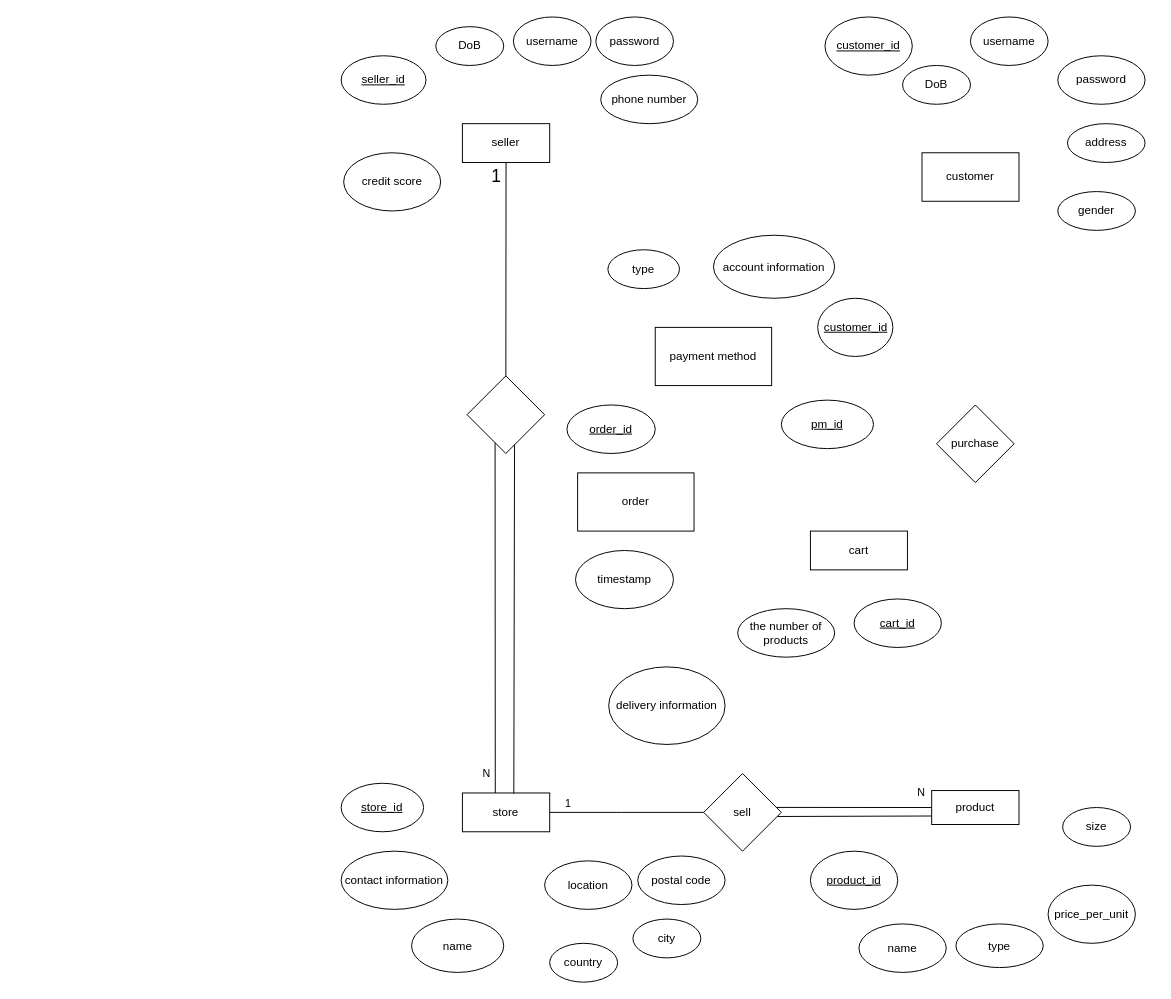
The draw.io diagram 9311-assignment-1.drawio in zhangnailiang/ER, before the edit. Source tidied: cells renumbered, new cells numbered last; positions are measured from the earlier drawing's top-left corner, leaving out a move shared by most shapes. Both pictures are drawn from the tidied source at 97%, with x=0, y=0 at pixel (340, 16).
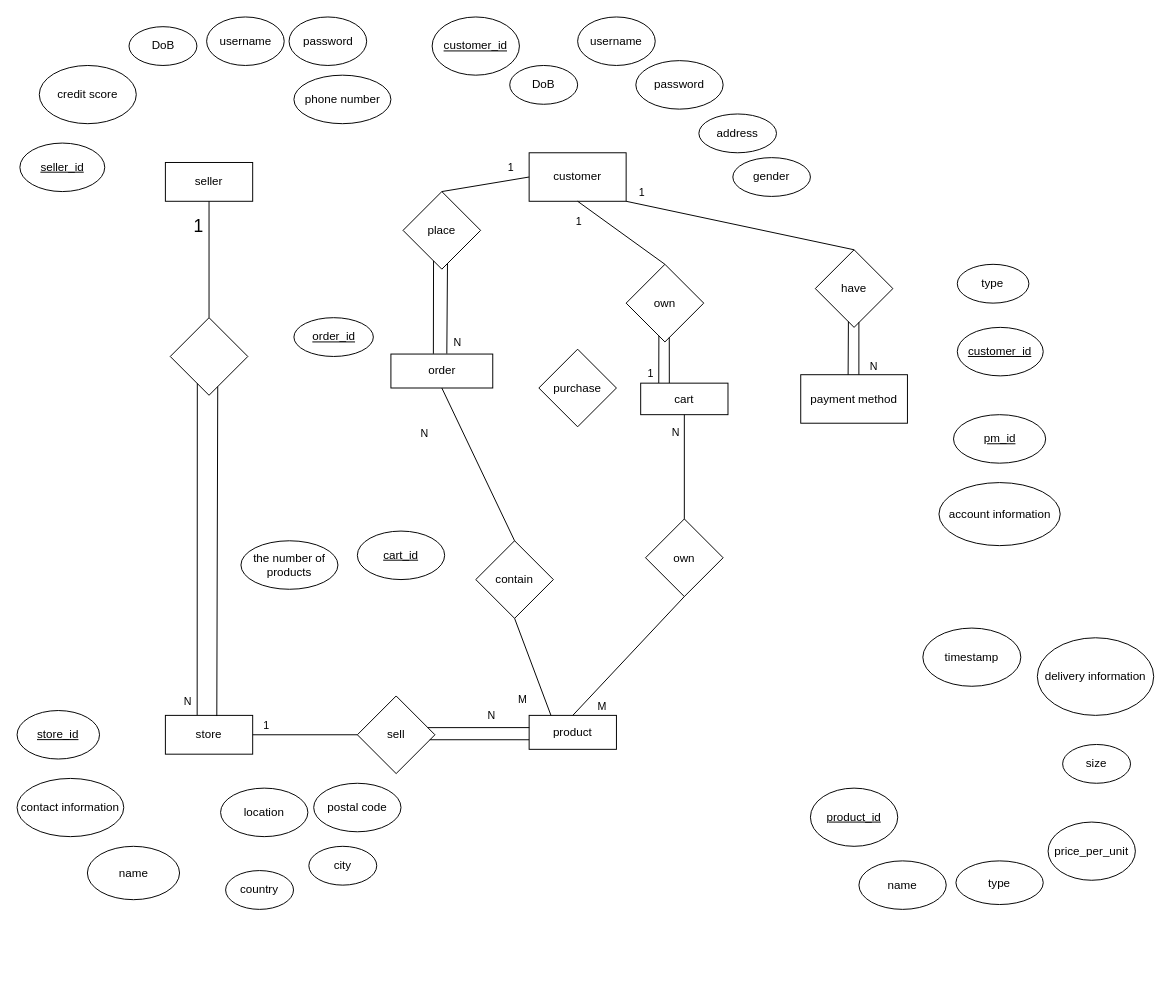
The same diagram, later.

Change to the diagram source:
```diff
@@
     <mxCell id="2" value="seller" style="rounded=0;whiteSpace=wrap;html=1;" parent="1" vertex="1">
-      <mxGeometry x="125.2" y="110" width="90" height="40" as="geometry" />
+      <mxGeometry x="-181" y="150" width="90" height="40" as="geometry" />
     </mxCell>
     <mxCell id="3" value="username" style="ellipse;whiteSpace=wrap;html=1;" parent="1" vertex="1">
-      <mxGeometry x="177.8" width="80" height="50" as="geometry" />
+      <mxGeometry x="-138.5" width="80" height="50" as="geometry" />
     </mxCell>
     <mxCell id="4" value="password" style="ellipse;whiteSpace=wrap;html=1;" parent="1" vertex="1">
-      <mxGeometry x="262.8" width="80" height="50" as="geometry" />
+      <mxGeometry x="-53.5" width="80" height="50" as="geometry" />
     </mxCell>
     <mxCell id="5" value="DoB" style="ellipse;whiteSpace=wrap;html=1;" parent="1" vertex="1">
-      <mxGeometry x="97.8" y="10" width="70" height="40" as="geometry" />
+      <mxGeometry x="-218.5" y="10" width="70" height="40" as="geometry" />
     </mxCell>
     <mxCell id="6" value="phone number" style="ellipse;whiteSpace=wrap;html=1;" parent="1" vertex="1">
-      <mxGeometry x="267.8" y="60" width="100" height="50" as="geometry" />
+      <mxGeometry x="-48.5" y="60" width="100" height="50" as="geometry" />
     </mxCell>
     <mxCell id="7" value="credit score" style="ellipse;whiteSpace=wrap;html=1;" parent="1" vertex="1">
-      <mxGeometry x="2.8" y="140" width="100" height="60" as="geometry" />
+      <mxGeometry x="-311" y="50" width="100" height="60" as="geometry" />
     </mxCell>
     <mxCell id="8" value="store" style="rounded=0;whiteSpace=wrap;html=1;" parent="1" vertex="1">
-      <mxGeometry x="125.2" y="800" width="90" height="40" as="geometry" />
+      <mxGeometry x="-181" y="720" width="90" height="40" as="geometry" />
     </mxCell>
     <mxCell id="9" value="&lt;u&gt;store_id&lt;/u&gt;" style="ellipse;whiteSpace=wrap;html=1;" parent="1" vertex="1">
-      <mxGeometry x="0.2" y="790" width="85" height="50" as="geometry" />
+      <mxGeometry x="-333.9" y="715" width="85" height="50" as="geometry" />
     </mxCell>
     <mxCell id="10" value="name" style="ellipse;whiteSpace=wrap;html=1;" parent="1" vertex="1">
-      <mxGeometry x="72.8" y="930" width="95" height="55" as="geometry" />
+      <mxGeometry x="-261.4" y="855" width="95" height="55" as="geometry" />
     </mxCell>
     <mxCell id="11" value="location" style="ellipse;whiteSpace=wrap;html=1;" parent="1" vertex="1">
-      <mxGeometry x="210" y="870" width="90" height="50" as="geometry" />
+      <mxGeometry x="-124.1" y="795" width="90" height="50" as="geometry" />
     </mxCell>
     <mxCell id="12" value="contact information" style="ellipse;whiteSpace=wrap;html=1;" parent="1" vertex="1">
-      <mxGeometry x="0.2" y="860" width="110" height="60" as="geometry" />
+      <mxGeometry x="-333.9" y="785" width="110" height="60" as="geometry" />
     </mxCell>
     <mxCell id="13" value="&lt;u&gt;seller_id&lt;/u&gt;" style="ellipse;whiteSpace=wrap;html=1;" parent="1" vertex="1">
-      <mxGeometry x="0.2" y="40" width="87.5" height="50" as="geometry" />
+      <mxGeometry x="-331" y="130" width="87.5" height="50" as="geometry" />
     </mxCell>
     <mxCell id="14" value="country" style="ellipse;whiteSpace=wrap;html=1;" parent="1" vertex="1">
-      <mxGeometry x="215.2" y="955" width="70" height="40" as="geometry" />
+      <mxGeometry x="-118.9" y="880" width="70" height="40" as="geometry" />
     </mxCell>
     <mxCell id="15" value="city" style="ellipse;whiteSpace=wrap;html=1;" parent="1" vertex="1">
-      <mxGeometry x="301" y="930" width="70" height="40" as="geometry" />
+      <mxGeometry x="-33.1" y="855" width="70" height="40" as="geometry" />
     </mxCell>
     <mxCell id="16" value="postal code" style="ellipse;whiteSpace=wrap;html=1;" parent="1" vertex="1">
-      <mxGeometry x="306" y="865" width="90" height="50" as="geometry" />
+      <mxGeometry x="-28.1" y="790" width="90" height="50" as="geometry" />
     </mxCell>
     <mxCell id="17" value="customer" style="rounded=0;whiteSpace=wrap;html=1;" parent="1" vertex="1">
-      <mxGeometry x="599" y="140" width="100" height="50" as="geometry" />
+      <mxGeometry x="194" y="140" width="100" height="50" as="geometry" />
     </mxCell>
     <mxCell id="18" value="&lt;u&gt;customer_id&lt;/u&gt;" style="ellipse;whiteSpace=wrap;html=1;" parent="1" vertex="1">
-      <mxGeometry x="499" width="90" height="60" as="geometry" />
+      <mxGeometry x="94" width="90" height="60" as="geometry" />
     </mxCell>
     <mxCell id="19" value="username" style="ellipse;whiteSpace=wrap;html=1;" parent="1" vertex="1">
-      <mxGeometry x="649" width="80" height="50" as="geometry" />
+      <mxGeometry x="244" width="80" height="50" as="geometry" />
     </mxCell>
     <mxCell id="20" value="password" style="ellipse;whiteSpace=wrap;html=1;" parent="1" vertex="1">
-      <mxGeometry x="739" y="40" width="90" height="50" as="geometry" />
+      <mxGeometry x="304" y="45" width="90" height="50" as="geometry" />
     </mxCell>
     <mxCell id="21" value="DoB" style="ellipse;whiteSpace=wrap;html=1;" parent="1" vertex="1">
-      <mxGeometry x="579" y="50" width="70" height="40" as="geometry" />
+      <mxGeometry x="174" y="50" width="70" height="40" as="geometry" />
     </mxCell>
     <mxCell id="22" value="gender" style="ellipse;whiteSpace=wrap;html=1;" parent="1" vertex="1">
-      <mxGeometry x="739" y="180" width="80" height="40" as="geometry" />
+      <mxGeometry x="404" y="145" width="80" height="40" as="geometry" />
     </mxCell>
     <mxCell id="23" value="address" style="ellipse;whiteSpace=wrap;html=1;" parent="1" vertex="1">
-      <mxGeometry x="749" y="110" width="80" height="40" as="geometry" />
+      <mxGeometry x="369" y="100" width="80" height="40" as="geometry" />
     </mxCell>
     <mxCell id="24" value="product" style="rounded=0;whiteSpace=wrap;html=1;" parent="1" vertex="1">
-      <mxGeometry x="609" y="797.5" width="90" height="35" as="geometry" />
+      <mxGeometry x="194" y="720" width="90" height="35" as="geometry" />
     </mxCell>
     <mxCell id="25" value="&lt;u&gt;product_id&lt;/u&gt;" style="ellipse;whiteSpace=wrap;html=1;" parent="1" vertex="1">
-      <mxGeometry x="484" y="860" width="90" height="60" as="geometry" />
+      <mxGeometry x="484" y="795" width="90" height="60" as="geometry" />
     </mxCell>
     <mxCell id="26" value="name" style="ellipse;whiteSpace=wrap;html=1;" parent="1" vertex="1">
-      <mxGeometry x="534" y="935" width="90" height="50" as="geometry" />
+      <mxGeometry x="534" y="870" width="90" height="50" as="geometry" />
     </mxCell>
     <mxCell id="27" value="type" style="ellipse;whiteSpace=wrap;html=1;" parent="1" vertex="1">
-      <mxGeometry x="634" y="935" width="90" height="45" as="geometry" />
+      <mxGeometry x="634" y="870" width="90" height="45" as="geometry" />
     </mxCell>
     <mxCell id="28" value="size" style="ellipse;whiteSpace=wrap;html=1;" parent="1" vertex="1">
-      <mxGeometry x="744" y="815" width="70" height="40" as="geometry" />
+      <mxGeometry x="744" y="750" width="70" height="40" as="geometry" />
     </mxCell>
     <mxCell id="29" value="price_per_unit" style="ellipse;whiteSpace=wrap;html=1;" parent="1" vertex="1">
-      <mxGeometry x="729" y="895" width="90" height="60" as="geometry" />
+      <mxGeometry x="729" y="830" width="90" height="60" as="geometry" />
     </mxCell>
-    <mxCell id="30" value="payment method" style="rounded=0;whiteSpace=wrap;html=1;" parent="1" vertex="1">
-      <mxGeometry x="324" y="320" width="120" height="60" as="geometry" />
-    </mxCell>
-    <mxCell id="31" value="cart" style="rounded=0;whiteSpace=wrap;html=1;" parent="1" vertex="1">
-      <mxGeometry x="484" y="530" width="100" height="40" as="geometry" />
-    </mxCell>
     <mxCell id="32" value="order" style="rounded=0;whiteSpace=wrap;html=1;" parent="1" vertex="1">
-      <mxGeometry x="244" y="470" width="120" height="60" as="geometry" />
+      <mxGeometry x="51.5" y="347.5" width="105" height="35" as="geometry" />
     </mxCell>
-    <mxCell id="33" value="&lt;u&gt;order_id&lt;/u&gt;" style="ellipse;whiteSpace=wrap;html=1;" parent="1" vertex="1">
-      <mxGeometry x="233" y="400" width="91" height="50" as="geometry" />
-    </mxCell>
-    <mxCell id="34" value="timestamp" style="ellipse;whiteSpace=wrap;html=1;" parent="1" vertex="1">
-      <mxGeometry x="241.8" y="550" width="101" height="60" as="geometry" />
-    </mxCell>
-    <mxCell id="35" value="delivery information" style="ellipse;whiteSpace=wrap;html=1;" parent="1" vertex="1">
-      <mxGeometry x="276" y="670" width="120" height="80" as="geometry" />
-    </mxCell>
     <mxCell id="36" value="&lt;u&gt;cart_id&lt;/u&gt;" style="ellipse;whiteSpace=wrap;html=1;" parent="1" vertex="1">
-      <mxGeometry x="529" y="600" width="90" height="50" as="geometry" />
+      <mxGeometry x="16.9" y="530" width="90" height="50" as="geometry" />
     </mxCell>
     <mxCell id="37" value="the number of products" style="ellipse;whiteSpace=wrap;html=1;" parent="1" vertex="1">
-      <mxGeometry x="409" y="610" width="100" height="50" as="geometry" />
+      <mxGeometry x="-103.1" y="540" width="100" height="50" as="geometry" />
     </mxCell>
-    <mxCell id="38" value="&lt;u&gt;customer_id&lt;/u&gt;" style="ellipse;whiteSpace=wrap;html=1;" parent="1" vertex="1">
-      <mxGeometry x="491.5" y="290" width="77.5" height="60" as="geometry" />
-    </mxCell>
-    <mxCell id="39" value="&lt;u&gt;pm_id&lt;/u&gt;" style="ellipse;whiteSpace=wrap;html=1;" parent="1" vertex="1">
-      <mxGeometry x="454" y="395" width="95" height="50" as="geometry" />
-    </mxCell>
-    <mxCell id="40" value="type" style="ellipse;whiteSpace=wrap;html=1;" parent="1" vertex="1">
-      <mxGeometry x="275.2" y="240" width="73.8" height="40" as="geometry" />
-    </mxCell>
-    <mxCell id="41" value="account information" style="ellipse;whiteSpace=wrap;html=1;" parent="1" vertex="1">
-      <mxGeometry x="384" y="225" width="125" height="65" as="geometry" />
-    </mxCell>
     <mxCell id="42" style="endArrow=none;html=1;rounded=0;entryX=0.5;entryY=1;entryDx=0;entryDy=0;" parent="1" edge="1" target="2">
       <mxGeometry relative="1" as="geometry">
-        <mxPoint x="170" y="370" as="sourcePoint" />
+        <mxPoint x="-136" y="310" as="sourcePoint" />
       </mxGeometry>
     </mxCell>
     <mxCell id="43" value="&lt;font style=&quot;font-size: 18px;&quot;&gt;1&lt;/font&gt;" style="edgeLabel;html=1;align=center;verticalAlign=middle;" parent="42" vertex="1">
       <mxGeometry x="0.59" relative="1" as="geometry">
-        <mxPoint x="-11" y="-31" as="offset" />
+        <mxPoint x="-12" as="offset" />
       </mxGeometry>
     </mxCell>
     <mxCell id="44" style="rhombus;whiteSpace=wrap;html=1;" parent="1" vertex="1">
-      <mxGeometry x="130" y="370" width="80" height="80" as="geometry" />
+      <mxGeometry x="-176" y="310" width="80" height="80" as="geometry" />
     </mxCell>
-    <mxCell id="45" style="endArrow=none;html=1;rounded=0;entryX=0.361;entryY=0.86;entryDx=0;entryDy=0;exitX=0.376;exitY=-0.003;exitDx=0;exitDy=0;entryPerimeter=0;exitPerimeter=0;" parent="1" edge="1">
-      <mxGeometry relative="1" as="geometry">
-        <mxPoint x="159.1" y="800" as="sourcePoint" />
-        <mxPoint x="158.9" y="438.9" as="targetPoint" />
-      </mxGeometry>
+    <mxCell id="45" style="endArrow=none;html=1;rounded=0;exitX=0.364;exitY=-0.009;exitDx=0;exitDy=0;exitPerimeter=0;entryX=0.349;entryY=0.847;entryDx=0;entryDy=0;entryPerimeter=0;" parent="1" edge="1" source="8" target="44">
+      <mxGeometry relative="1" as="geometry" />
     </mxCell>
@@
     <mxCell id="48" value="sell" style="rhombus;whiteSpace=wrap;html=1;" parent="1" vertex="1">
-      <mxGeometry x="374" y="780" width="80" height="80" as="geometry" />
+      <mxGeometry x="16.9" y="700" width="80" height="80" as="geometry" />
     </mxCell>
     <mxCell id="49" style="endArrow=none;html=1;rounded=0;entryX=0;entryY=0.5;entryDx=0;entryDy=0;exitX=1;exitY=0.5;exitDx=0;exitDy=0;" parent="1" edge="1" source="8" target="48">
-      <mxGeometry relative="1" as="geometry">
-        <Array as="points">
-          <mxPoint x="289" y="820" />
-        </Array>
-      </mxGeometry>
+      <mxGeometry relative="1" as="geometry" />
     </mxCell>
@@
-    <mxCell id="51" style="endArrow=none;html=1;rounded=0;entryX=0;entryY=0.5;entryDx=0;entryDy=0;exitX=0.94;exitY=0.436;exitDx=0;exitDy=0;exitPerimeter=0;" parent="1" edge="1" source="48" target="24">
-      <mxGeometry relative="1" as="geometry" />
-    </mxCell>
-    <mxCell id="52" value="N" style="edgeLabel;html=1;align=center;verticalAlign=middle;" parent="51" vertex="1">
-      <mxGeometry x="0.86" y="2" relative="1" as="geometry">
-        <mxPoint x="-1" y="-13" as="offset" />
-      </mxGeometry>
-    </mxCell>
-    <mxCell id="53" style="endArrow=none;html=1;rounded=0;entryX=0;entryY=0.75;entryDx=0;entryDy=0;exitX=0.947;exitY=0.553;exitDx=0;exitDy=0;exitPerimeter=0;" parent="1" edge="1" source="48" target="24">
-      <mxGeometry relative="1" as="geometry" />
-    </mxCell>
     <mxCell id="54" value="purchase" style="rhombus;whiteSpace=wrap;html=1;" parent="1" vertex="1">
-      <mxGeometry x="614" y="400" width="80" height="80" as="geometry" />
+      <mxGeometry x="204" y="342.5" width="80" height="80" as="geometry" />
     </mxCell>
+    <mxCell id="55" value="place" style="rhombus;whiteSpace=wrap;html=1;" parent="1" vertex="1">
+      <mxGeometry x="64" y="180" width="80" height="80" as="geometry" />
+    </mxCell>
+    <mxCell id="56" style="endArrow=none;html=1;rounded=0;entryX=0;entryY=0.5;entryDx=0;entryDy=0;exitX=0.5;exitY=0;exitDx=0;exitDy=0;" parent="1" edge="1" source="55" target="17">
+      <mxGeometry relative="1" as="geometry" />
+    </mxCell>
+    <mxCell id="57" value="1" style="edgeLabel;html=1;align=center;verticalAlign=middle;" parent="56" vertex="1">
+      <mxGeometry x="0.76" y="-1" relative="1" as="geometry">
+        <mxPoint x="-9" y="-13" as="offset" />
+      </mxGeometry>
+    </mxCell>
+    <mxCell id="58" style="endArrow=none;html=1;rounded=0;entryX=0.393;entryY=0.893;entryDx=0;entryDy=0;entryPerimeter=0;exitX=0.417;exitY=-0.008;exitDx=0;exitDy=0;exitPerimeter=0;" parent="1" edge="1" source="32" target="55">
+      <mxGeometry relative="1" as="geometry" />
+    </mxCell>
+    <mxCell id="59" style="endArrow=none;html=1;rounded=0;entryX=0.573;entryY=0.922;entryDx=0;entryDy=0;entryPerimeter=0;exitX=0.549;exitY=-0.013;exitDx=0;exitDy=0;exitPerimeter=0;" parent="1" edge="1" source="32" target="55">
+      <mxGeometry relative="1" as="geometry" />
+    </mxCell>
+    <mxCell id="60" value="N" style="edgeLabel;html=1;align=center;verticalAlign=middle;" parent="59" vertex="1">
+      <mxGeometry x="-0.35" y="-1" relative="1" as="geometry">
+        <mxPoint x="9" y="18" as="offset" />
+      </mxGeometry>
+    </mxCell>
+    <mxCell id="61" value="contain" style="rhombus;whiteSpace=wrap;html=1;" parent="1" vertex="1">
+      <mxGeometry x="139" y="540" width="80" height="80" as="geometry" />
+    </mxCell>
+    <mxCell id="62" style="endArrow=none;html=1;rounded=0;entryX=0.5;entryY=1;entryDx=0;entryDy=0;exitX=0.5;exitY=0;exitDx=0;exitDy=0;" parent="1" edge="1" source="61" target="32">
+      <mxGeometry relative="1" as="geometry" />
+    </mxCell>
+    <mxCell id="63" value="N" style="edgeLabel;html=1;align=center;verticalAlign=middle;" parent="62" vertex="1">
+      <mxGeometry x="-0.22" relative="1" as="geometry">
+        <mxPoint x="-64" y="-49" as="offset" />
+      </mxGeometry>
+    </mxCell>
+    <mxCell id="64" style="endArrow=none;html=1;rounded=0;exitX=0.25;exitY=0;exitDx=0;exitDy=0;entryX=0.5;entryY=1;entryDx=0;entryDy=0;" parent="1" edge="1" source="24" target="61">
+      <mxGeometry relative="1" as="geometry" />
+    </mxCell>
+    <mxCell id="65" value="M" style="edgeLabel;html=1;align=center;verticalAlign=middle;" parent="64" vertex="1">
+      <mxGeometry x="-0.18" y="1" relative="1" as="geometry">
+        <mxPoint x="-14" y="24" as="offset" />
+      </mxGeometry>
+    </mxCell>
+    <mxCell id="66" style="endArrow=none;html=1;rounded=0;entryX=0.002;entryY=0.36;entryDx=0;entryDy=0;entryPerimeter=0;exitX=0.907;exitY=0.408;exitDx=0;exitDy=0;exitPerimeter=0;" parent="1" edge="1" source="48" target="24">
+      <mxGeometry relative="1" as="geometry" />
+    </mxCell>
+    <mxCell id="67" value="N" style="edgeLabel;html=1;align=center;verticalAlign=middle;" parent="66" vertex="1">
+      <mxGeometry x="0.25" y="-1" relative="1" as="geometry">
+        <mxPoint y="-14" as="offset" />
+      </mxGeometry>
+    </mxCell>
+    <mxCell id="68" style="endArrow=none;html=1;rounded=0;exitX=0.933;exitY=0.564;exitDx=0;exitDy=0;exitPerimeter=0;entryX=0;entryY=0.718;entryDx=0;entryDy=0;entryPerimeter=0;" parent="1" edge="1" source="48" target="24">
+      <mxGeometry relative="1" as="geometry" />
+    </mxCell>
+    <mxCell id="30" value="payment method" style="rounded=0;whiteSpace=wrap;html=1;" parent="1" vertex="1">
+      <mxGeometry x="474" y="368.8" width="110" height="50" as="geometry" />
+    </mxCell>
+    <mxCell id="31" value="cart" style="rounded=0;whiteSpace=wrap;html=1;" parent="1" vertex="1">
+      <mxGeometry x="309" y="377.5" width="90" height="32.5" as="geometry" />
+    </mxCell>
+    <mxCell id="33" value="&lt;u&gt;order_id&lt;/u&gt;" style="ellipse;whiteSpace=wrap;html=1;" parent="1" vertex="1">
+      <mxGeometry x="-48.5" y="310" width="81.9" height="40" as="geometry" />
+    </mxCell>
+    <mxCell id="34" value="timestamp" style="ellipse;whiteSpace=wrap;html=1;" parent="1" vertex="1">
+      <mxGeometry x="599.9" y="630" width="101" height="60" as="geometry" />
+    </mxCell>
+    <mxCell id="35" value="delivery information" style="ellipse;whiteSpace=wrap;html=1;" parent="1" vertex="1">
+      <mxGeometry x="717.9" y="640" width="120" height="80" as="geometry" />
+    </mxCell>
+    <mxCell id="38" value="&lt;u&gt;customer_id&lt;/u&gt;" style="ellipse;whiteSpace=wrap;html=1;" parent="1" vertex="1">
+      <mxGeometry x="635.4" y="320" width="88.6" height="50" as="geometry" />
+    </mxCell>
+    <mxCell id="39" value="&lt;u&gt;pm_id&lt;/u&gt;" style="ellipse;whiteSpace=wrap;html=1;" parent="1" vertex="1">
+      <mxGeometry x="631.5" y="410" width="95" height="50" as="geometry" />
+    </mxCell>
+    <mxCell id="40" value="type" style="ellipse;whiteSpace=wrap;html=1;" parent="1" vertex="1">
+      <mxGeometry x="635.4" y="255" width="73.8" height="40" as="geometry" />
+    </mxCell>
+    <mxCell id="41" value="account information" style="ellipse;whiteSpace=wrap;html=1;" parent="1" vertex="1">
+      <mxGeometry x="616.5" y="480" width="125" height="65" as="geometry" />
+    </mxCell>
+    <mxCell id="69" value="own" style="rhombus;whiteSpace=wrap;html=1;" parent="1" vertex="1">
+      <mxGeometry x="294" y="255" width="80" height="80" as="geometry" />
+    </mxCell>
+    <mxCell id="70" style="endArrow=none;html=1;rounded=0;entryX=0.5;entryY=1;entryDx=0;entryDy=0;exitX=0.5;exitY=0;exitDx=0;exitDy=0;" parent="1" edge="1" source="69" target="17">
+      <mxGeometry relative="1" as="geometry" />
+    </mxCell>
+    <mxCell id="71" value="1&lt;br&gt;" style="edgeLabel;html=1;align=center;verticalAlign=middle;" parent="70" vertex="1">
+      <mxGeometry x="0.36" relative="1" as="geometry">
+        <mxPoint x="-29" y="-1" as="offset" />
+      </mxGeometry>
+    </mxCell>
+    <mxCell id="72" style="endArrow=none;html=1;rounded=0;entryX=0.422;entryY=0.922;entryDx=0;entryDy=0;entryPerimeter=0;exitX=0.207;exitY=-0.004;exitDx=0;exitDy=0;exitPerimeter=0;" parent="1" edge="1" source="31" target="69">
+      <mxGeometry relative="1" as="geometry" />
+    </mxCell>
+    <mxCell id="73" value="1&lt;br&gt;" style="edgeLabel;html=1;align=center;verticalAlign=middle;" parent="72" vertex="1">
+      <mxGeometry x="-0.46" y="1" relative="1" as="geometry">
+        <mxPoint x="-8" y="3" as="offset" />
+      </mxGeometry>
+    </mxCell>
+    <mxCell id="74" style="endArrow=none;html=1;rounded=0;entryX=0.556;entryY=0.942;entryDx=0;entryDy=0;entryPerimeter=0;exitX=0.328;exitY=-0.004;exitDx=0;exitDy=0;exitPerimeter=0;" parent="1" edge="1" source="31" target="69">
+      <mxGeometry relative="1" as="geometry" />
+    </mxCell>
+    <mxCell id="75" value="own" style="rhombus;whiteSpace=wrap;html=1;" parent="1" vertex="1">
+      <mxGeometry x="314" y="517.5" width="80" height="80" as="geometry" />
+    </mxCell>
+    <mxCell id="76" style="endArrow=none;html=1;rounded=0;entryX=0.5;entryY=1;entryDx=0;entryDy=0;exitX=0.5;exitY=0;exitDx=0;exitDy=0;" parent="1" edge="1" source="75" target="31">
+      <mxGeometry relative="1" as="geometry" />
+    </mxCell>
+    <mxCell id="77" value="N" style="edgeLabel;html=1;align=center;verticalAlign=middle;" parent="76" vertex="1">
+      <mxGeometry x="-0.39" relative="1" as="geometry">
+        <mxPoint x="-10" y="-57" as="offset" />
+      </mxGeometry>
+    </mxCell>
+    <mxCell id="78" style="endArrow=none;html=1;rounded=0;entryX=0.5;entryY=1;entryDx=0;entryDy=0;exitX=0.5;exitY=0;exitDx=0;exitDy=0;" parent="1" edge="1" source="24" target="75">
+      <mxGeometry relative="1" as="geometry" />
+    </mxCell>
+    <mxCell id="79" value="M" style="edgeLabel;html=1;align=center;verticalAlign=middle;" parent="78" vertex="1">
+      <mxGeometry x="0.76" relative="1" as="geometry">
+        <mxPoint x="-72" y="98" as="offset" />
+      </mxGeometry>
+    </mxCell>
+    <mxCell id="80" value="have" style="rhombus;whiteSpace=wrap;html=1;" parent="1" vertex="1">
+      <mxGeometry x="489" y="240" width="80" height="80" as="geometry" />
+    </mxCell>
+    <mxCell id="81" style="endArrow=none;html=1;rounded=0;entryX=1;entryY=1;entryDx=0;entryDy=0;exitX=0.5;exitY=0;exitDx=0;exitDy=0;" parent="1" edge="1" source="80" target="17">
+      <mxGeometry relative="1" as="geometry" />
+    </mxCell>
+    <mxCell id="82" value="1" style="edgeLabel;html=1;align=center;verticalAlign=middle;" parent="81" vertex="1">
+      <mxGeometry x="0.79" relative="1" as="geometry">
+        <mxPoint x="-9" y="-15" as="offset" />
+      </mxGeometry>
+    </mxCell>
+    <mxCell id="83" style="endArrow=none;html=1;rounded=0;entryX=0.427;entryY=0.925;entryDx=0;entryDy=0;entryPerimeter=0;exitX=0.444;exitY=0;exitDx=0;exitDy=0;exitPerimeter=0;" parent="1" edge="1" source="30" target="80">
+      <mxGeometry relative="1" as="geometry" />
+    </mxCell>
+    <mxCell id="84" style="endArrow=none;html=1;rounded=0;entryX=0.562;entryY=0.934;entryDx=0;entryDy=0;entryPerimeter=0;exitX=0.545;exitY=-0.003;exitDx=0;exitDy=0;exitPerimeter=0;" parent="1" edge="1" source="30" target="80">
+      <mxGeometry relative="1" as="geometry" />
+    </mxCell>
+    <mxCell id="85" value="N" style="edgeLabel;html=1;align=center;verticalAlign=middle;" parent="84" vertex="1">
+      <mxGeometry x="-0.35" y="-2" relative="1" as="geometry">
+        <mxPoint x="13" y="9" as="offset" />
+      </mxGeometry>
+    </mxCell>
```
